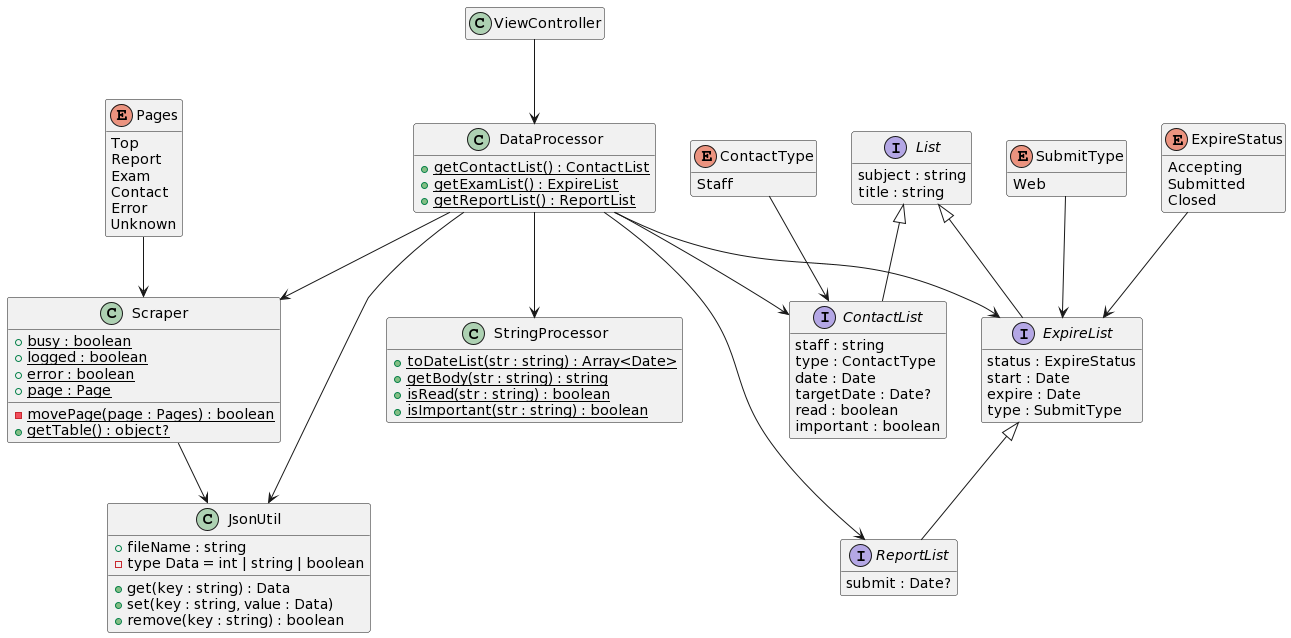
Above: images/class.png in SU-ProgC-Marionnette/GakujoViewer (PlantUML), before the change.
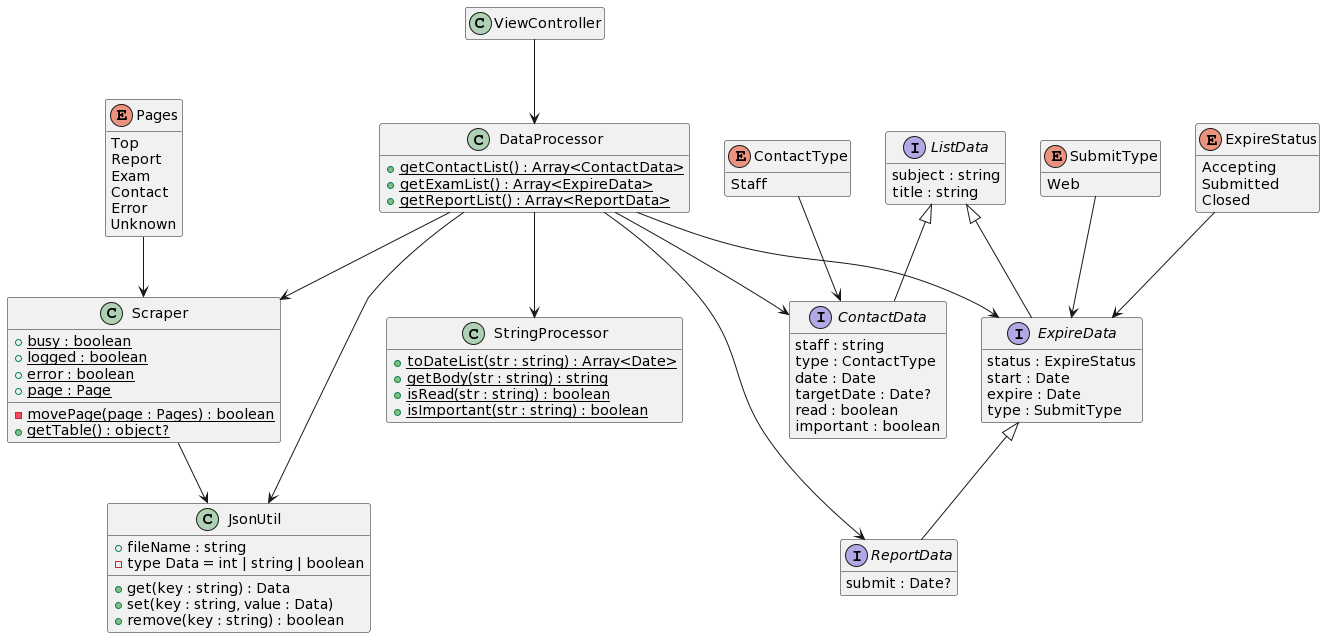
After the commit.

Commit message:
README.mdの設計を修正

What changed in the source:
```diff
@@ -1,98 +1,98 @@
 @startuml
 hide empty fields
-hide empty methods
+    hide empty methods
 
-class ViewController {
-}
+    class ViewController {
+    }
 
-class Scraper {
-    {static} +busy : boolean
-    {static} +logged : boolean
-    {static} +error : boolean
-    {static} +page : Page
-    {static} -movePage(page : Pages) : boolean
-    {static} +getTable() : object?
-}
+    class Scraper {
+        {static} +busy : boolean
+        {static} +logged : boolean
+        {static} +error : boolean
+        {static} +page : Page
+        {static} -movePage(page : Pages) : boolean
+        {static} +getTable() : object?
+    }
 
-class DataProcessor {
-    {static} +getContactList() : ContactList
-    {static} +getExamList() : ExpireList
-    {static} +getReportList() : ReportList
-}
+    class DataProcessor {
+        {static} +getContactList() : Array<ContactData>
+        {static} +getExamList() : Array<ExpireData>
+        {static} +getReportList() : Array<ReportData>
+    }
 
-class StringProcessor {
-    {static} +toDateList(str : string) : Array<Date>
-    {static} +getBody(str : string) : string
-    {static} +isRead(str : string) : boolean
-    {static} +isImportant(str : string) : boolean
-}
+    class StringProcessor {
+        {static} +toDateList(str : string) : Array<Date>
+        {static} +getBody(str : string) : string
+        {static} +isRead(str : string) : boolean
+        {static} +isImportant(str : string) : boolean
+    }
 
-class JsonUtil {
-    +fileName : string
-    -type Data = int | string | boolean
-    +get(key : string) : Data
-    +set(key : string, value : Data)
-    +remove(key : string) : boolean
-}
+    class JsonUtil {
+        +fileName : string
+        -type Data = int | string | boolean
+        +get(key : string) : Data
+        +set(key : string, value : Data)
+        +remove(key : string) : boolean
+    }
 
-interface List {
-    subject : string
-    title : string
-}
+    interface ListData {
+        subject : string
+        title : string
+    }
 
-interface ContactList extends List {
-    staff : string
-    type : ContactType
-    date : Date
-    targetDate : Date?
-    read : boolean
-    important : boolean
-}
+    interface ContactData extends ListData {
+        staff : string
+        type : ContactType
+        date : Date
+        targetDate : Date?
+        read : boolean
+        important : boolean
+    }
 
-interface ExpireList extends List {
-    status : ExpireStatus
-    start : Date
-    expire : Date
-    type : SubmitType
-}
+    interface ExpireData extends ListData {
+        status : ExpireStatus
+        start : Date
+        expire : Date
+        type : SubmitType
+    }
 
-interface ReportList extends ExpireList {
-    submit : Date?
-}
+    interface ReportData extends ExpireData {
+        submit : Date?
+    }
 
-enum Pages {
-    Top
-    Report
-    Exam
-    Contact
-    Error
-    Unknown
-}
+    enum Pages {
+        Top
+        Report
+        Exam
+        Contact
+        Error
+        Unknown
+    }
 
-enum ContactType {
-    Staff
-}
+    enum ContactType {
+        Staff
+    }
 
-enum SubmitType {
-    Web
-}
+    enum SubmitType {
+        Web
+    }
 
-enum ExpireStatus {
-    Accepting
-    Submitted
-    Closed
-}
+    enum ExpireStatus {
+        Accepting
+        Submitted
+        Closed
+    }
 
-ViewController --> DataProcessor
-DataProcessor --> Scraper
-DataProcessor --> ContactList
-DataProcessor --> ExpireList
-DataProcessor --> ReportList
-DataProcessor --> StringProcessor
-DataProcessor --> JsonUtil
-Scraper --> JsonUtil
-ContactType --> ContactList
-SubmitType --> ExpireList
-Pages --> Scraper
-ExpireStatus --> ExpireList
+    ViewController --> DataProcessor
+    DataProcessor --> Scraper
+    DataProcessor --> ContactData
+    DataProcessor --> ExpireData
+    DataProcessor --> ReportData
+    DataProcessor --> StringProcessor
+    DataProcessor --> JsonUtil
+    Scraper --> JsonUtil
+    ContactType --> ContactData
+    SubmitType --> ExpireData
+    Pages --> Scraper
+    ExpireStatus --> ExpireData
 @enduml
```
